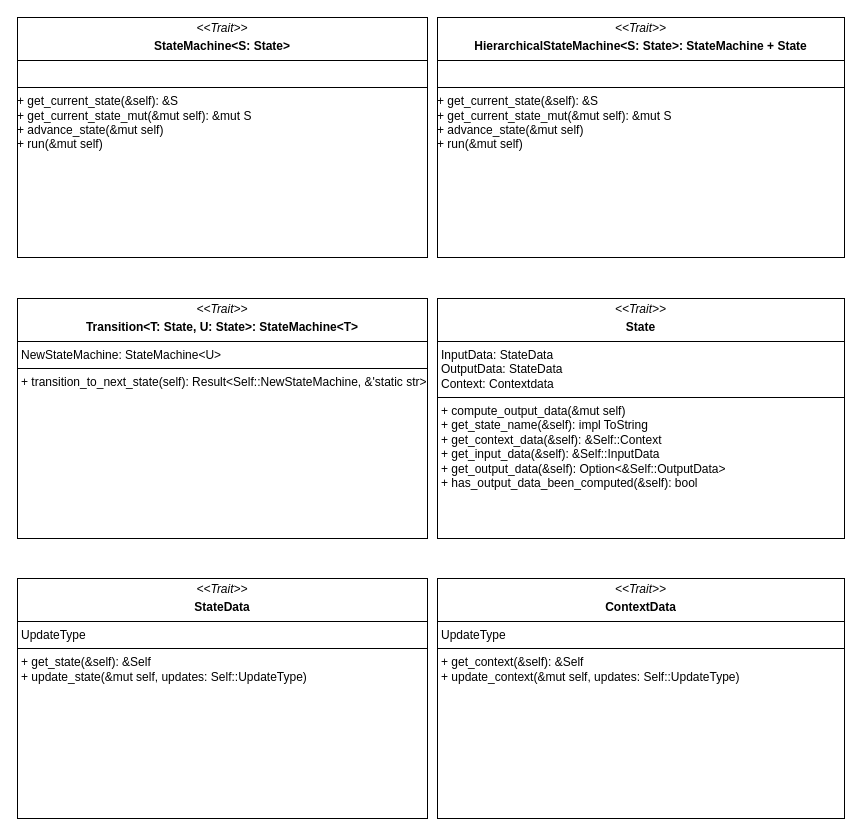
DeCa09/state_machine keeps this draw.io diagram as design/uml_class_diagram/state_machine.drawio. Above is the earlier version. Source tidied: cells renumbered, new cells numbered last; positions are measured from the earlier drawing's top-left corner, leaving out a move shared by most shapes. Both pictures are drawn from the tidied source at 100%, with x=0, y=0 at pixel (17, 17).
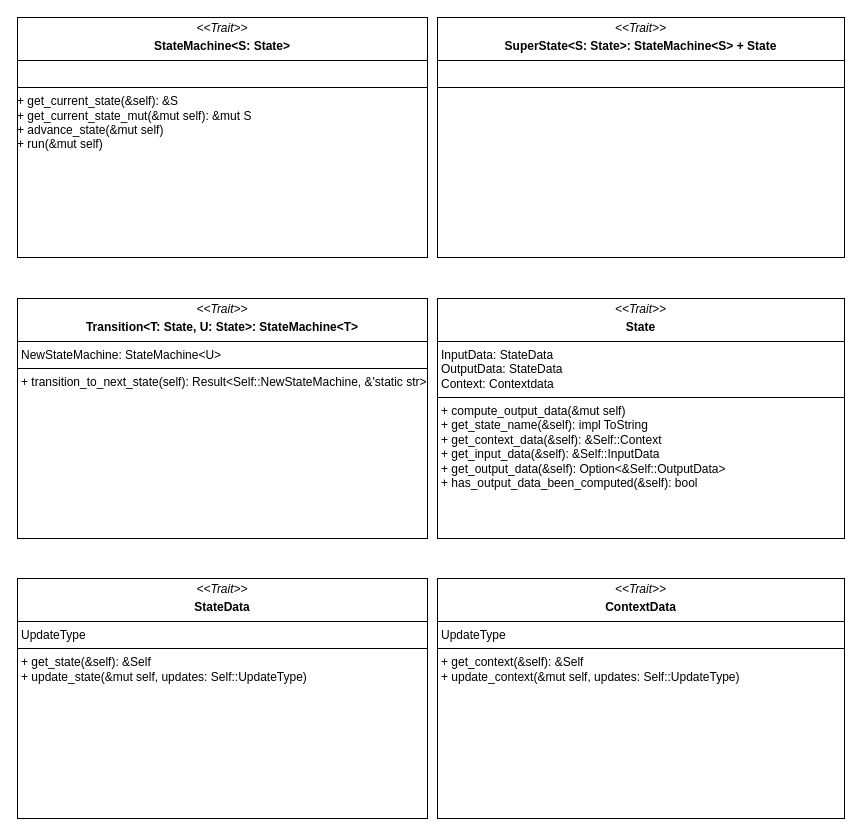
The same diagram, later.

Commit message (it also covers changes not shown here):
design: update design documents

Diff of the diagram source:
```diff
@@
 <mxGraphModel>
   <root>
     <mxCell id="0" />
     <mxCell id="1" parent="0" />
     <mxCell id="2" value="&lt;p style=&quot;margin:0px;margin-top:4px;text-align:center;&quot;&gt;&lt;i&gt;&amp;lt;&amp;lt;Trait&amp;gt;&amp;gt;&lt;/i&gt;&lt;/p&gt;&lt;p style=&quot;margin:0px;margin-top:4px;text-align:center;&quot;&gt;&lt;b&gt;State&lt;/b&gt;&lt;br&gt;&lt;/p&gt;&lt;hr size=&quot;1&quot; style=&quot;border-style:solid;&quot;&gt;&lt;p style=&quot;margin:0px;margin-left:4px;&quot;&gt;InputData: StateData&lt;br&gt;OutputData: StateData&lt;/p&gt;&lt;p style=&quot;margin:0px;margin-left:4px;&quot;&gt;Context: Contextdata&lt;br&gt;&lt;/p&gt;&lt;hr size=&quot;1&quot; style=&quot;border-style:solid;&quot;&gt;&lt;p style=&quot;margin:0px;margin-left:4px;&quot;&gt;+ compute_output_data(&amp;amp;mut self)&lt;/p&gt;&lt;p style=&quot;margin:0px;margin-left:4px;&quot;&gt;+ get_state_name(&amp;amp;self): impl ToString&lt;br&gt;&lt;/p&gt;&lt;p style=&quot;margin:0px;margin-left:4px;&quot;&gt;+ get_context_data(&amp;amp;self): &amp;amp;Self::Context&lt;/p&gt;&lt;p style=&quot;margin:0px;margin-left:4px;&quot;&gt;+ get_input_data(&amp;amp;self): &amp;amp;Self::InputData&lt;/p&gt;&lt;p style=&quot;margin:0px;margin-left:4px;&quot;&gt;+ get_output_data(&amp;amp;self): Option&amp;lt;&amp;amp;Self::OutputData&amp;gt;&lt;/p&gt;&lt;p style=&quot;margin:0px;margin-left:4px;&quot;&gt;+ has_output_data_been_computed(&amp;amp;self): bool&lt;/p&gt;&lt;p style=&quot;margin:0px;margin-left:4px;&quot;&gt;&lt;/p&gt;&lt;p style=&quot;margin:0px;margin-left:4px;&quot;&gt;&lt;/p&gt;&lt;p style=&quot;margin:0px;margin-left:4px;&quot;&gt;&lt;/p&gt;" style="verticalAlign=top;align=left;overflow=fill;html=1;whiteSpace=wrap;" parent="1" vertex="1">
       <mxGeometry x="420" y="281" width="407" height="240" as="geometry" />
     </mxCell>
     <mxCell id="3" value="&lt;p style=&quot;margin:0px;margin-top:4px;text-align:center;&quot;&gt;&lt;i&gt;&amp;lt;&amp;lt;Trait&amp;gt;&amp;gt;&lt;/i&gt;&lt;/p&gt;&lt;p style=&quot;margin:0px;margin-top:4px;text-align:center;&quot;&gt;&lt;b&gt;ContextData&lt;/b&gt;&lt;br&gt;&lt;/p&gt;&lt;hr size=&quot;1&quot; style=&quot;border-style:solid;&quot;&gt;&lt;p style=&quot;margin:0px;margin-left:4px;&quot;&gt;UpdateType&lt;br&gt;&lt;/p&gt;&lt;hr size=&quot;1&quot; style=&quot;border-style:solid;&quot;&gt;&lt;p style=&quot;margin:0px;margin-left:4px;&quot;&gt;+ get_context(&amp;amp;self): &amp;amp;Self&lt;br&gt;&lt;/p&gt;&lt;p style=&quot;margin:0px;margin-left:4px;&quot;&gt;+ update_context(&amp;amp;mut self, updates: Self::UpdateType)&lt;/p&gt;&lt;p style=&quot;margin:0px;margin-left:4px;&quot;&gt;&lt;br&gt;&lt;/p&gt;&lt;p style=&quot;margin:0px;margin-left:4px;&quot;&gt;&lt;/p&gt;&lt;p style=&quot;margin:0px;margin-left:4px;&quot;&gt;&lt;/p&gt;&lt;p style=&quot;margin:0px;margin-left:4px;&quot;&gt;&lt;/p&gt;" style="verticalAlign=top;align=left;overflow=fill;html=1;whiteSpace=wrap;" parent="1" vertex="1">
       <mxGeometry x="420" y="561" width="407" height="240" as="geometry" />
     </mxCell>
     <mxCell id="4" value="&lt;p style=&quot;margin:0px;margin-top:4px;text-align:center;&quot;&gt;&lt;i&gt;&amp;lt;&amp;lt;Trait&amp;gt;&amp;gt;&lt;/i&gt;&lt;/p&gt;&lt;p style=&quot;margin:0px;margin-top:4px;text-align:center;&quot;&gt;&lt;b&gt;StateData&lt;/b&gt;&lt;br&gt;&lt;/p&gt;&lt;hr size=&quot;1&quot; style=&quot;border-style:solid;&quot;&gt;&lt;p style=&quot;margin:0px;margin-left:4px;&quot;&gt;UpdateType&lt;br&gt;&lt;/p&gt;&lt;hr size=&quot;1&quot; style=&quot;border-style:solid;&quot;&gt;&lt;p style=&quot;margin:0px;margin-left:4px;&quot;&gt;+ get_state(&amp;amp;self): &amp;amp;Self&lt;br&gt;&lt;/p&gt;&lt;p style=&quot;margin:0px;margin-left:4px;&quot;&gt;+ update_state(&amp;amp;mut self, updates: Self::UpdateType)&lt;/p&gt;&lt;p style=&quot;margin:0px;margin-left:4px;&quot;&gt;&lt;br&gt;&lt;/p&gt;&lt;p style=&quot;margin:0px;margin-left:4px;&quot;&gt;&lt;/p&gt;&lt;p style=&quot;margin:0px;margin-left:4px;&quot;&gt;&lt;/p&gt;&lt;p style=&quot;margin:0px;margin-left:4px;&quot;&gt;&lt;/p&gt;" style="verticalAlign=top;align=left;overflow=fill;html=1;whiteSpace=wrap;" parent="1" vertex="1">
       <mxGeometry y="561" width="410" height="240" as="geometry" />
     </mxCell>
     <mxCell id="5" value="&lt;p style=&quot;margin:0px;margin-top:4px;text-align:center;&quot;&gt;&lt;i&gt;&amp;lt;&amp;lt;Trait&amp;gt;&amp;gt;&lt;/i&gt;&lt;/p&gt;&lt;p style=&quot;margin:0px;margin-top:4px;text-align:center;&quot;&gt;&lt;b&gt;StateMachine&amp;lt;S: State&amp;gt;&lt;/b&gt;&lt;br&gt;&lt;/p&gt;&lt;hr size=&quot;1&quot; style=&quot;border-style:solid;&quot;&gt;&lt;br&gt;&lt;hr size=&quot;1&quot; style=&quot;border-style:solid;&quot;&gt;&lt;div&gt;+ get_current_state(&amp;amp;self): &amp;amp;S&lt;/div&gt;&lt;div&gt;+ get_current_state_mut(&amp;amp;mut self): &amp;amp;mut S&lt;br&gt;&lt;/div&gt;&lt;div&gt;+ advance_state(&amp;amp;mut self)&lt;/div&gt;&lt;div&gt;+ run(&amp;amp;mut self)&lt;/div&gt;&lt;p style=&quot;margin:0px;margin-left:4px;&quot;&gt;&lt;/p&gt;&lt;p style=&quot;margin:0px;margin-left:4px;&quot;&gt;&lt;/p&gt;&lt;p style=&quot;margin:0px;margin-left:4px;&quot;&gt;&lt;/p&gt;" style="verticalAlign=top;align=left;overflow=fill;html=1;whiteSpace=wrap;" parent="1" vertex="1">
       <mxGeometry width="410" height="240" as="geometry" />
     </mxCell>
     <mxCell id="6" value="&lt;p style=&quot;margin:0px;margin-top:4px;text-align:center;&quot;&gt;&lt;i&gt;&amp;lt;&amp;lt;Trait&amp;gt;&amp;gt;&lt;/i&gt;&lt;/p&gt;&lt;p style=&quot;margin:0px;margin-top:4px;text-align:center;&quot;&gt;&lt;b&gt;Transition&amp;lt;T: State, U: State&amp;gt;: StateMachine&amp;lt;T&amp;gt;&lt;/b&gt;&lt;br&gt;&lt;/p&gt;&lt;hr size=&quot;1&quot; style=&quot;border-style:solid;&quot;&gt;&lt;p style=&quot;margin:0px;margin-left:4px;&quot;&gt;NewStateMachine: StateMachine&amp;lt;U&amp;gt;&lt;br&gt;&lt;/p&gt;&lt;hr size=&quot;1&quot; style=&quot;border-style:solid;&quot;&gt;&lt;p style=&quot;margin:0px;margin-left:4px;&quot;&gt;+ transition_to_next_state(self): Result&amp;lt;Self::NewStateMachine, &amp;amp;'static str&amp;gt;&lt;br&gt;&lt;/p&gt;&lt;p style=&quot;margin:0px;margin-left:4px;&quot;&gt;&lt;/p&gt;&lt;p style=&quot;margin:0px;margin-left:4px;&quot;&gt;&lt;/p&gt;&lt;p style=&quot;margin:0px;margin-left:4px;&quot;&gt;&lt;/p&gt;" style="verticalAlign=top;align=left;overflow=fill;html=1;whiteSpace=wrap;" parent="1" vertex="1">
       <mxGeometry y="281" width="410" height="240" as="geometry" />
     </mxCell>
-    <mxCell id="7" value="&lt;p style=&quot;margin:0px;margin-top:4px;text-align:center;&quot;&gt;&lt;i&gt;&amp;lt;&amp;lt;Trait&amp;gt;&amp;gt;&lt;/i&gt;&lt;/p&gt;&lt;p style=&quot;margin:0px;margin-top:4px;text-align:center;&quot;&gt;&lt;b&gt;HierarchicalStateMachine&amp;lt;S: State&amp;gt;: StateMachine + State&lt;/b&gt;&lt;br&gt;&lt;/p&gt;&lt;hr size=&quot;1&quot; style=&quot;border-style:solid;&quot;&gt;&lt;br&gt;&lt;hr size=&quot;1&quot; style=&quot;border-style:solid;&quot;&gt;&lt;div&gt;+ get_current_state(&amp;amp;self): &amp;amp;S&lt;/div&gt;&lt;div&gt;+ get_current_state_mut(&amp;amp;mut self): &amp;amp;mut S&lt;/div&gt;&lt;div&gt;+ advance_state(&amp;amp;mut self)&lt;/div&gt;&lt;div&gt;+ run(&amp;amp;mut self)&lt;/div&gt;&lt;p style=&quot;margin:0px;margin-left:4px;&quot;&gt;&lt;/p&gt;&lt;p style=&quot;margin:0px;margin-left:4px;&quot;&gt;&lt;/p&gt;&lt;p style=&quot;margin:0px;margin-left:4px;&quot;&gt;&lt;/p&gt;" style="verticalAlign=top;align=left;overflow=fill;html=1;whiteSpace=wrap;" parent="1" vertex="1">
+    <mxCell id="7" value="&lt;p style=&quot;margin:0px;margin-top:4px;text-align:center;&quot;&gt;&lt;i&gt;&amp;lt;&amp;lt;Trait&amp;gt;&amp;gt;&lt;/i&gt;&lt;/p&gt;&lt;p style=&quot;margin:0px;margin-top:4px;text-align:center;&quot;&gt;&lt;b&gt;SuperState&amp;lt;S: State&amp;gt;: StateMachine&amp;lt;S&amp;gt; + State&lt;/b&gt;&lt;br&gt;&lt;/p&gt;&lt;hr size=&quot;1&quot; style=&quot;border-style:solid;&quot;&gt;&lt;br&gt;&lt;hr size=&quot;1&quot; style=&quot;border-style:solid;&quot;&gt;&lt;p style=&quot;margin:0px;margin-left:4px;&quot;&gt;&lt;/p&gt;&lt;p style=&quot;margin:0px;margin-left:4px;&quot;&gt;&lt;/p&gt;&lt;p style=&quot;margin:0px;margin-left:4px;&quot;&gt;&lt;/p&gt;" style="verticalAlign=top;align=left;overflow=fill;html=1;whiteSpace=wrap;" parent="1" vertex="1">
       <mxGeometry x="420" width="407" height="240" as="geometry" />
     </mxCell>
   </root>
 </mxGraphModel>
```
